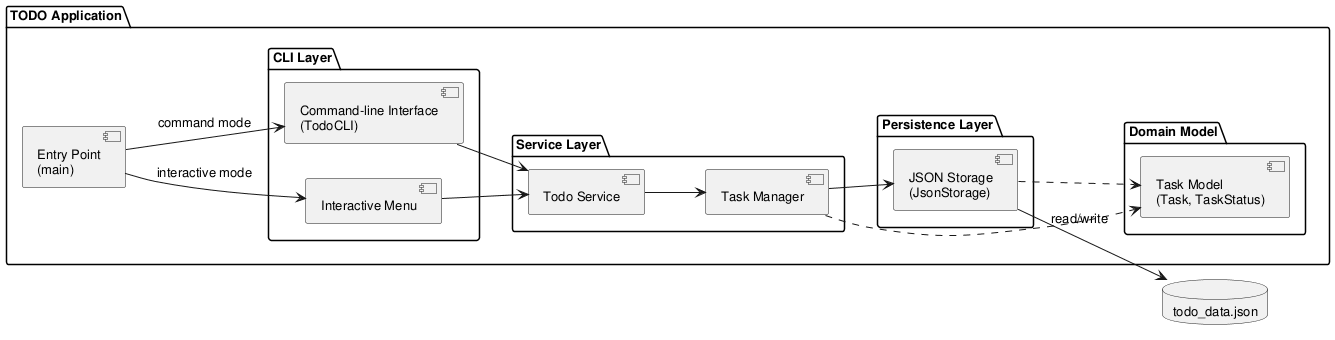
Earlier version of the PlantUML export experiments/supervisor_as_tools/user_stories/TODO/artifacts/component_diagram.png (DanielRiha8906/Software_autoevolution_using_agents). Its diagram source:
```plantuml
@startuml component_diagram

skinparam componentStyle uml2
skinparam defaultFontSize 13

left to right direction

package "TODO Application" {

    component "Entry Point\n(main)" as Main

    package "CLI Layer" {
        component "Interactive Menu" as IM
        component "Command-line Interface\n(TodoCLI)" as CLI
    }

    package "Service Layer" {
        component "Todo Service" as SVC
        component "Task Manager" as MGR
    }

    package "Domain Model" {
        component "Task Model\n(Task, TaskStatus)" as Model
    }

    package "Persistence Layer" {
        component "JSON Storage\n(JsonStorage)" as Storage
    }
}

database "todo_data.json" as DB

Main --> IM : interactive mode
Main --> CLI : command mode

IM --> SVC
CLI --> SVC

SVC --> MGR
MGR --> Storage
MGR ..> Model
Storage ..> Model

Storage --> DB : read/write

@enduml
```
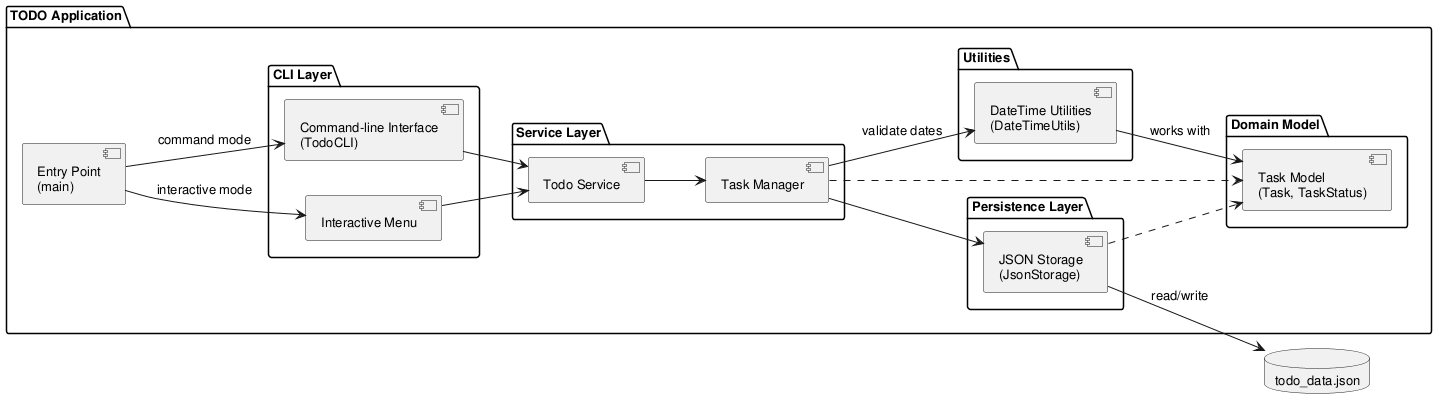
Later version of the same file.

Change to the diagram source:
```diff
@@ -23,6 +23,10 @@
         component "Task Model\n(Task, TaskStatus)" as Model
     }
 
+    package "Utilities" {
+        component "DateTime Utilities\n(DateTimeUtils)" as DTUtils
+    }
+
     package "Persistence Layer" {
         component "JSON Storage\n(JsonStorage)" as Storage
     }
@@ -38,8 +42,10 @@
 
 SVC --> MGR
 MGR --> Storage
+MGR --> DTUtils : validate dates
 MGR ..> Model
 Storage ..> Model
+DTUtils --> Model : works with
 
 Storage --> DB : read/write
 
```
